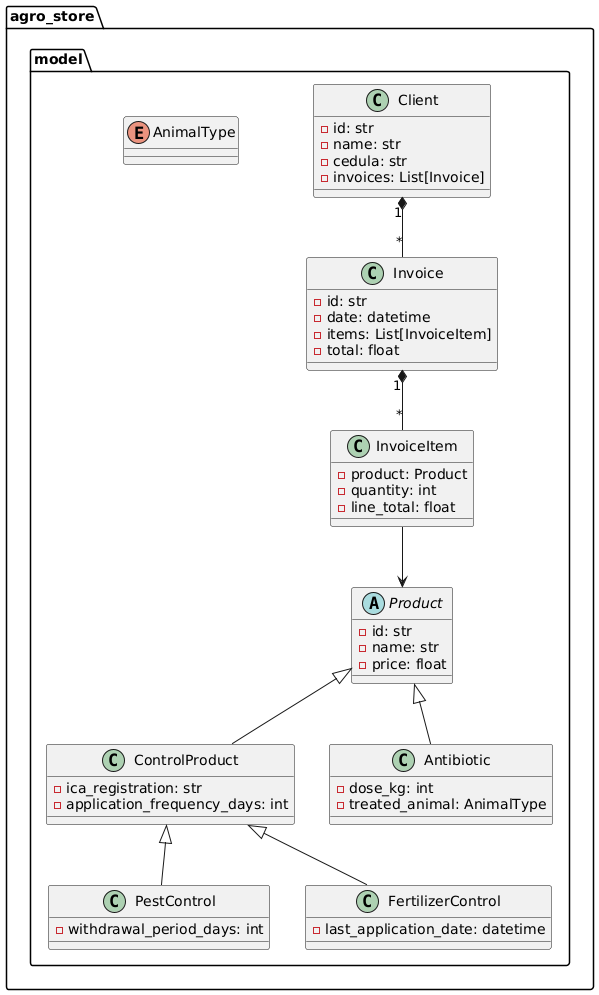
This is diagrams/clases.png from nicobh12/Sistema-Facturacion-Agro, a PlantUML export, as it was before one commit.
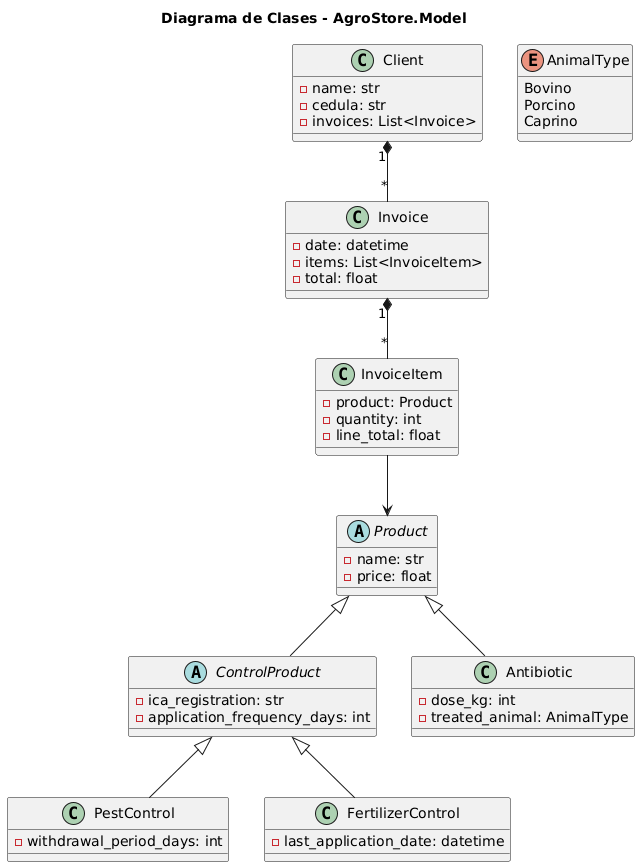
The same diagram one commit later.

Change to the diagram source:
```diff
@@ -1,67 +1,58 @@
 @startuml
-package "agro_store.model" {
+title Diagrama de Clases - AgroStore.Model
+
 abstract class Product {
-- id: str
-- name: str
-- price: float
+  - name: str
+  - price: float
 }
 
-
-class ControlProduct {
-- ica_registration: str
-- application_frequency_days: int
+abstract class ControlProduct {
+  - ica_registration: str
+  - application_frequency_days: int
 }
 
-
 class PestControl {
-- withdrawal_period_days: int
+  - withdrawal_period_days: int
 }
 
-
 class FertilizerControl {
-- last_application_date: datetime
+  - last_application_date: datetime
 }
 
-
 class Antibiotic {
-- dose_kg: int
-- treated_animal: AnimalType
+  - dose_kg: int
+  - treated_animal: AnimalType
 }
 
-
 class Client {
-- id: str
-- name: str
-- cedula: str
-- invoices: List[Invoice]
+  - name: str
+  - cedula: str
+  - invoices: List<Invoice>
 }
 
-
 class Invoice {
-- id: str
-- date: datetime
-- items: List[InvoiceItem]
-- total: float
+  - date: datetime
+  - items: List<InvoiceItem>
+  - total: float
 }
 
-
 class InvoiceItem {
-- product: Product
-- quantity: int
-- line_total: float
+  - product: Product
+  - quantity: int
+  - line_total: float
 }
 
-
-enum AnimalType
+enum AnimalType {
+  Bovino
+  Porcino
+  Caprino
 }
-
 
 Product <|-- ControlProduct
 ControlProduct <|-- PestControl
 ControlProduct <|-- FertilizerControl
 Product <|-- Antibiotic
 
-
 Invoice "1" *-- "*" InvoiceItem
 InvoiceItem --> Product
 Client "1" *-- "*" Invoice
```
